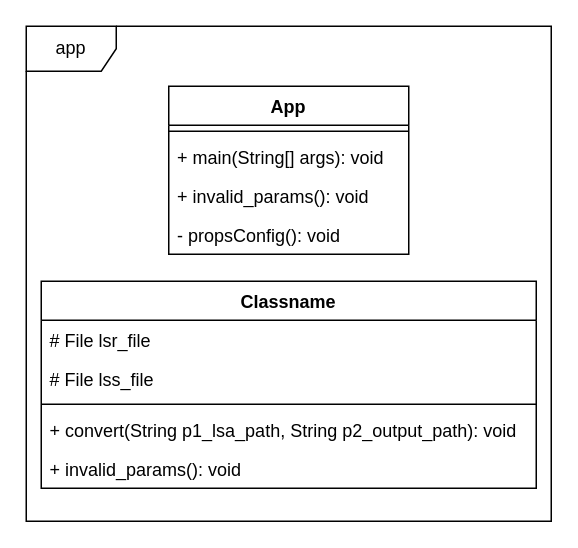
Before: img/drawio/cls_app.drawio in Delzye/bachelors_thesis_anton_mende, a draw.io diagram. Source tidied: cells renumbered, new cells numbered last; positions are measured from the earlier drawing's top-left corner, leaving out a move shared by most shapes. Both pictures are drawn from the tidied source at 150%, with x=0, y=0 at pixel (26, 26).
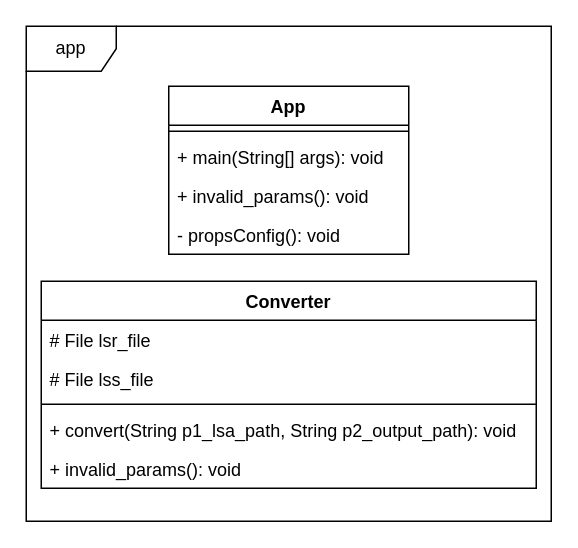
The same page after the edit.

What changed in the source:
```diff
@@
 <mxGraphModel>
   <root>
     <mxCell id="0" />
     <mxCell id="1" parent="0" />
     <mxCell id="2" value="app" style="shape=umlFrame;whiteSpace=wrap;html=1;" parent="1" vertex="1">
       <mxGeometry width="350" height="330" as="geometry" />
     </mxCell>
     <mxCell id="3" value="App" style="swimlane;fontStyle=1;align=center;verticalAlign=top;horizontal=1;startSize=26;" parent="1" vertex="1">
       <mxGeometry x="95" y="40" width="160" height="112" as="geometry" />
     </mxCell>
     <mxCell id="4" style="line;strokeWidth=1;fillColor=none;align=left;verticalAlign=middle;spacingTop=-1;spacingLeft=3;spacingRight=3;labelPosition=right;" parent="3" vertex="1">
       <mxGeometry y="26" width="160" height="8" as="geometry" />
     </mxCell>
     <mxCell id="5" value="+ main(String[] args): void" style="text;strokeColor=none;fillColor=none;align=left;verticalAlign=top;spacingLeft=4;spacingRight=4;overflow=hidden;" parent="3" vertex="1">
       <mxGeometry y="34" width="160" height="26" as="geometry" />
     </mxCell>
     <mxCell id="6" value="+ invalid_params(): void" style="text;strokeColor=none;fillColor=none;align=left;verticalAlign=top;spacingLeft=4;spacingRight=4;overflow=hidden;" parent="3" vertex="1">
       <mxGeometry y="60" width="160" height="26" as="geometry" />
     </mxCell>
     <mxCell id="7" value="- propsConfig(): void" style="text;strokeColor=none;fillColor=none;align=left;verticalAlign=top;spacingLeft=4;spacingRight=4;overflow=hidden;" parent="3" vertex="1">
       <mxGeometry y="86" width="160" height="26" as="geometry" />
     </mxCell>
-    <mxCell id="8" value="Classname" style="swimlane;fontStyle=1;align=center;verticalAlign=top;horizontal=1;startSize=26;" parent="1" vertex="1">
+    <mxCell id="8" value="Converter" style="swimlane;fontStyle=1;align=center;verticalAlign=top;horizontal=1;startSize=26;" parent="1" vertex="1">
       <mxGeometry x="10" y="170" width="330" height="138" as="geometry" />
     </mxCell>
     <mxCell id="9" value="# File lsr_file" style="text;strokeColor=none;fillColor=none;align=left;verticalAlign=top;spacingLeft=4;spacingRight=4;overflow=hidden;" parent="8" vertex="1">
       <mxGeometry y="26" width="330" height="26" as="geometry" />
     </mxCell>
     <mxCell id="10" value="# File lss_file" style="text;strokeColor=none;fillColor=none;align=left;verticalAlign=top;spacingLeft=4;spacingRight=4;overflow=hidden;" parent="8" vertex="1">
       <mxGeometry y="52" width="330" height="26" as="geometry" />
     </mxCell>
     <mxCell id="11" style="line;strokeWidth=1;fillColor=none;align=left;verticalAlign=middle;spacingTop=-1;spacingLeft=3;spacingRight=3;labelPosition=right;" parent="8" vertex="1">
       <mxGeometry y="78" width="330" height="8" as="geometry" />
     </mxCell>
     <mxCell id="12" value="+ convert(String p1_lsa_path, String p2_output_path): void" style="text;strokeColor=none;fillColor=none;align=left;verticalAlign=top;spacingLeft=4;spacingRight=4;overflow=hidden;" parent="8" vertex="1">
       <mxGeometry y="86" width="330" height="26" as="geometry" />
     </mxCell>
     <mxCell id="13" value="+ invalid_params(): void" style="text;strokeColor=none;fillColor=none;align=left;verticalAlign=top;spacingLeft=4;spacingRight=4;overflow=hidden;" parent="8" vertex="1">
       <mxGeometry y="112" width="330" height="26" as="geometry" />
     </mxCell>
   </root>
 </mxGraphModel>
```
